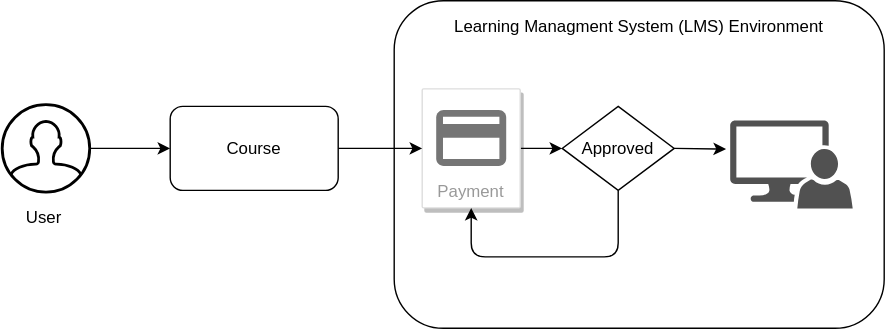
Earlier version of the draw.io export img/architecture_1.drawio.svg (fabianopaulelli/payment-integration_LMS-GCP). Source tidied: cells renumbered, new cells last; positions are measured from the earlier drawing's top-left corner, leaving out a move shared by most shapes. Its diagram source:
```xml
<mxGraphModel>
  <root>
    <mxCell id="0" />
    <mxCell id="1" parent="0" />
    <mxCell id="2" style="rounded=1;whiteSpace=wrap;html=1;strokeColor=#000000;" parent="1" vertex="1">
      <mxGeometry x="280" width="350" height="234" as="geometry" />
    </mxCell>
    <mxCell id="3" style="edgeStyle=none;html=1;entryX=0;entryY=0.5;entryDx=0;entryDy=0;" parent="1" edge="1" source="4" target="9">
      <mxGeometry relative="1" as="geometry" />
    </mxCell>
    <mxCell id="4" style="html=1;verticalLabelPosition=bottom;align=center;labelBackgroundColor=#ffffff;verticalAlign=top;strokeWidth=2;strokeColor=#000000;shadow=0;dashed=0;shape=mxgraph.ios7.icons.user;" parent="1" vertex="1">
      <mxGeometry y="74.2" width="62.5" height="62.5" as="geometry" />
    </mxCell>
    <mxCell id="5" style="edgeStyle=none;html=1;exitX=1;exitY=0.5;exitDx=0;exitDy=0;" parent="1" edge="1" source="6" target="12">
      <mxGeometry relative="1" as="geometry" />
    </mxCell>
    <mxCell id="6" value="Payment" style="strokeColor=#dddddd;shadow=1;strokeWidth=1;rounded=1;absoluteArcSize=1;arcSize=2;labelPosition=center;verticalLabelPosition=middle;align=center;verticalAlign=bottom;spacingLeft=0;fontColor=#999999;fontSize=12;whiteSpace=wrap;spacingBottom=2;" parent="1" vertex="1">
      <mxGeometry x="300" y="63" width="70" height="85" as="geometry" />
    </mxCell>
    <mxCell id="7" style="sketch=0;dashed=0;html=1;fillColor=#757575;strokeColor=none;shape=mxgraph.gcp2.payment;" parent="6" vertex="1">
      <mxGeometry x="0.5" width="50" height="40" relative="1" as="geometry">
        <mxPoint x="-25" y="15" as="offset" />
      </mxGeometry>
    </mxCell>
    <mxCell id="8" style="edgeStyle=none;html=1;entryX=0;entryY=0.5;entryDx=0;entryDy=0;" parent="1" edge="1" source="9" target="6">
      <mxGeometry relative="1" as="geometry" />
    </mxCell>
    <mxCell id="9" value="Course" style="rounded=1;whiteSpace=wrap;html=1;strokeColor=#000000;" parent="1" vertex="1">
      <mxGeometry x="120" y="75.5" width="120" height="60" as="geometry" />
    </mxCell>
    <mxCell id="10" style="edgeStyle=none;html=1;exitX=1;exitY=0.5;exitDx=0;exitDy=0;entryX=-0.034;entryY=0.325;entryDx=0;entryDy=0;entryPerimeter=0;" parent="1" edge="1" source="12" target="13">
      <mxGeometry relative="1" as="geometry" />
    </mxCell>
    <mxCell id="11" style="edgeStyle=orthogonalEdgeStyle;html=1;exitX=0.5;exitY=1;exitDx=0;exitDy=0;entryX=0.5;entryY=1;entryDx=0;entryDy=0;" parent="1" edge="1" source="12" target="6">
      <mxGeometry relative="1" as="geometry">
        <Array as="points">
          <mxPoint x="440" y="183" />
          <mxPoint x="335" y="183" />
        </Array>
      </mxGeometry>
    </mxCell>
    <mxCell id="12" value="Approved" style="rhombus;whiteSpace=wrap;html=1;strokeColor=#000000;" parent="1" vertex="1">
      <mxGeometry x="400" y="75.5" width="80" height="60" as="geometry" />
    </mxCell>
    <mxCell id="13" style="sketch=0;shadow=0;dashed=0;html=1;strokeColor=none;labelPosition=center;verticalLabelPosition=bottom;verticalAlign=top;align=center;fillColor=#515151;shape=mxgraph.mscae.system_center.admin_console;" parent="1" vertex="1">
      <mxGeometry x="520" y="85.5" width="87.5" height="63" as="geometry" />
    </mxCell>
    <mxCell id="14" value="User" style="text;strokeColor=none;align=center;fillColor=none;html=1;verticalAlign=middle;whiteSpace=wrap;rounded=0;" parent="1" vertex="1">
      <mxGeometry y="139.8" width="60" height="30" as="geometry" />
    </mxCell>
    <mxCell id="15" value="Learning Managment System (LMS) Environment&amp;nbsp;" style="text;strokeColor=none;align=center;fillColor=none;html=1;verticalAlign=middle;whiteSpace=wrap;rounded=0;" parent="1" vertex="1">
      <mxGeometry x="280" y="4" width="350" height="30" as="geometry" />
    </mxCell>
  </root>
</mxGraphModel>
```
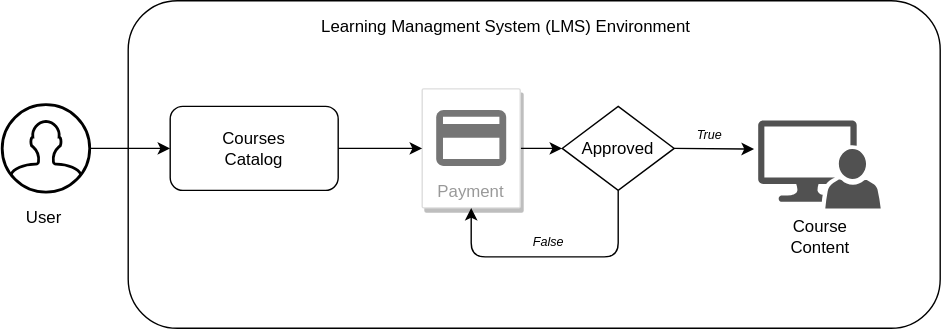
Above is the later version.

Commit message:
update: previous architecture

The edit, as a diff of the source:
```diff
@@ -3,7 +3,7 @@
     <mxCell id="0" />
     <mxCell id="1" parent="0" />
     <mxCell id="2" style="rounded=1;whiteSpace=wrap;html=1;strokeColor=#000000;" parent="1" vertex="1">
-      <mxGeometry x="280" width="350" height="234" as="geometry" />
+      <mxGeometry x="90" width="580" height="234" as="geometry" />
     </mxCell>
     <mxCell id="3" style="edgeStyle=none;html=1;entryX=0;entryY=0.5;entryDx=0;entryDy=0;" parent="1" edge="1" source="4" target="9">
       <mxGeometry relative="1" as="geometry" />
@@ -25,7 +25,7 @@
     <mxCell id="8" style="edgeStyle=none;html=1;entryX=0;entryY=0.5;entryDx=0;entryDy=0;" parent="1" edge="1" source="9" target="6">
       <mxGeometry relative="1" as="geometry" />
     </mxCell>
-    <mxCell id="9" value="Course" style="rounded=1;whiteSpace=wrap;html=1;strokeColor=#000000;" parent="1" vertex="1">
+    <mxCell id="9" value="Courses&lt;br&gt;Catalog" style="rounded=1;whiteSpace=wrap;html=1;strokeColor=#000000;" parent="1" vertex="1">
       <mxGeometry x="120" y="75.5" width="120" height="60" as="geometry" />
     </mxCell>
     <mxCell id="10" style="edgeStyle=none;html=1;exitX=1;exitY=0.5;exitDx=0;exitDy=0;entryX=-0.034;entryY=0.325;entryDx=0;entryDy=0;entryPerimeter=0;" parent="1" edge="1" source="12" target="13">
@@ -43,13 +43,22 @@
       <mxGeometry x="400" y="75.5" width="80" height="60" as="geometry" />
     </mxCell>
     <mxCell id="13" style="sketch=0;shadow=0;dashed=0;html=1;strokeColor=none;labelPosition=center;verticalLabelPosition=bottom;verticalAlign=top;align=center;fillColor=#515151;shape=mxgraph.mscae.system_center.admin_console;" parent="1" vertex="1">
-      <mxGeometry x="520" y="85.5" width="87.5" height="63" as="geometry" />
+      <mxGeometry x="540" y="85.5" width="87.5" height="63" as="geometry" />
     </mxCell>
     <mxCell id="14" value="User" style="text;strokeColor=none;align=center;fillColor=none;html=1;verticalAlign=middle;whiteSpace=wrap;rounded=0;" parent="1" vertex="1">
       <mxGeometry y="139.8" width="60" height="30" as="geometry" />
     </mxCell>
     <mxCell id="15" value="Learning Managment System (LMS) Environment&amp;nbsp;" style="text;strokeColor=none;align=center;fillColor=none;html=1;verticalAlign=middle;whiteSpace=wrap;rounded=0;" parent="1" vertex="1">
-      <mxGeometry x="280" y="4" width="350" height="30" as="geometry" />
+      <mxGeometry x="90" y="4" width="540" height="30" as="geometry" />
     </mxCell>
+    <mxCell id="16" value="Course&lt;br&gt;Content" style="text;html=1;align=center;verticalAlign=middle;strokeColor=none;fillColor=none;" parent="1" vertex="1">
+      <mxGeometry x="548.8" y="148.5" width="70" height="40" as="geometry" />
+    </mxCell>
+    <mxCell id="17" value="False" style="text;html=1;align=center;verticalAlign=middle;strokeColor=none;fillColor=none;strokeWidth=1;fontSize=9;fontStyle=2;" parent="1" vertex="1">
+      <mxGeometry x="365" y="162.5" width="50" height="20" as="geometry" />
+    </mxCell>
+    <mxCell id="18" value="True" style="text;html=1;align=center;verticalAlign=middle;strokeColor=none;fillColor=none;strokeWidth=1;fontSize=9;fontStyle=2;" parent="1" vertex="1">
+      <mxGeometry x="485" y="85.5" width="40" height="20" as="geometry" />
+    </mxCell>
   </root>
 </mxGraphModel>
```
